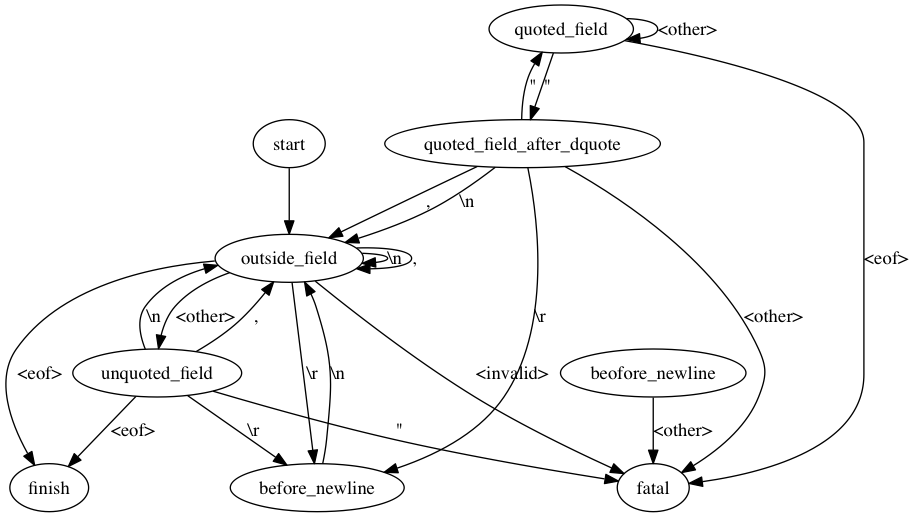
Before: src/fast-csv-to-tsv/state.png, a diagram exported from Graphviz (clarkgrubb/data-tools). Its source is kept beside it as src/fast-csv-to-tsv/state.dot.
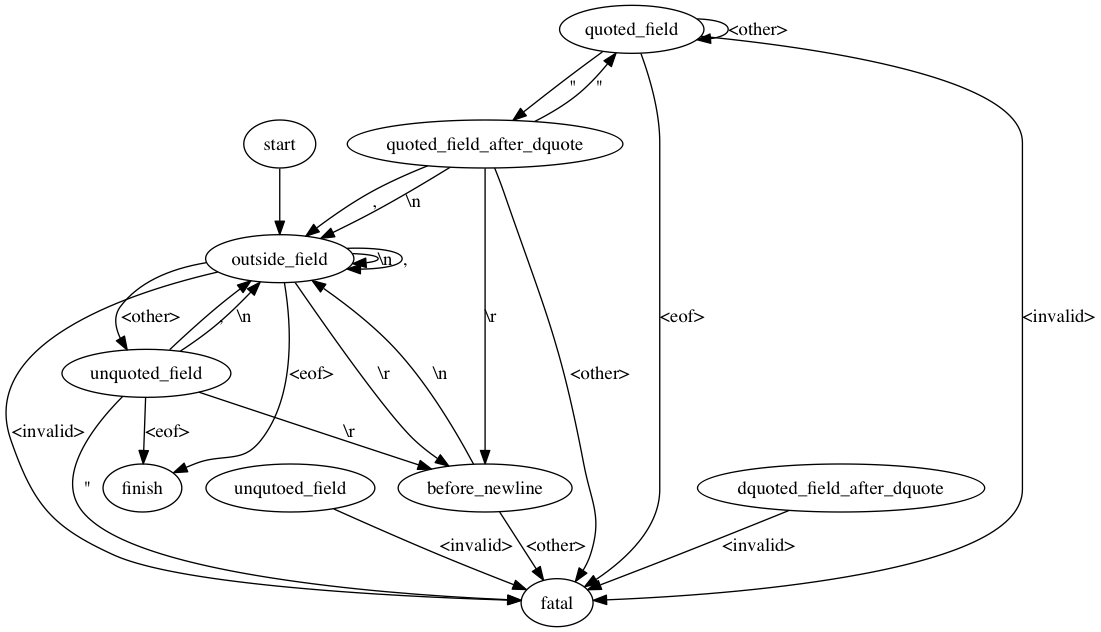
The same file after the commit.

Change to the diagram source:
```diff
@@ -13,17 +13,20 @@
         unquoted_field -> before_newline [label="\\r"];
         unquoted_field -> finish [label="<eof>"];
         unquoted_field -> fatal [label="\""];
+        unqutoed_field -> fatal [label="<invalid>"];
 
         quoted_field -> quoted_field [label="<other>"];
         quoted_field -> quoted_field_after_dquote [label="\""];
         quoted_field -> fatal [label="<eof>"];
+        quoted_field -> fatal [label="<invalid>"];
 
         quoted_field_after_dquote -> quoted_field [label="\""];
         quoted_field_after_dquote -> outside_field [label=","];
         quoted_field_after_dquote -> outside_field [label="\\n"];
         quoted_field_after_dquote -> before_newline [label="\\r"];
         quoted_field_after_dquote -> fatal [label="<other>"];
+        dquoted_field_after_dquote -> fatal [label="<invalid>"];
 
         before_newline -> outside_field [label="\\n"];
-        beofore_newline -> fatal [label="<other>"];
+        before_newline -> fatal [label="<other>"];
  }
```
